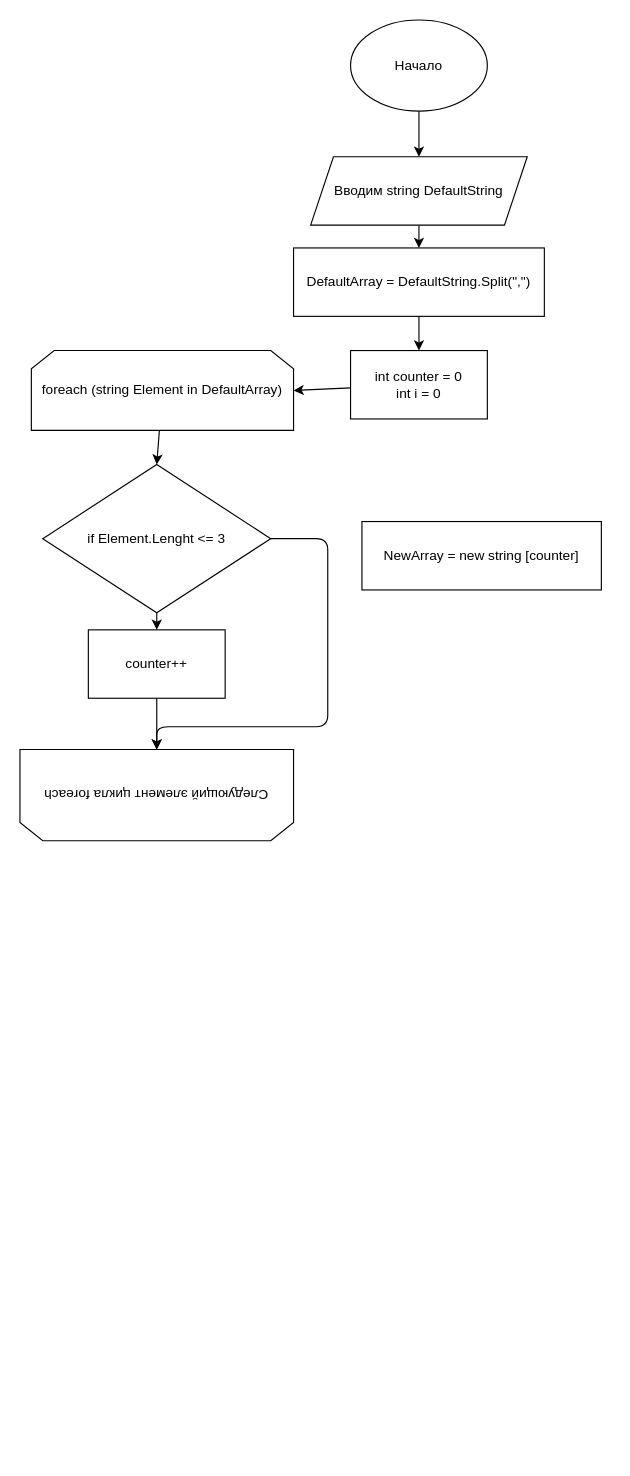
STONE17th/GBFinalWork keeps this draw.io diagram as Program.drawio. Above is the earlier version. Source tidied: cells renumbered, new cells numbered last; positions are measured from the earlier drawing's top-left corner, leaving out a move shared by most shapes. Both pictures are drawn from the tidied source at 114%, with x=0, y=0 at pixel (19, 19).
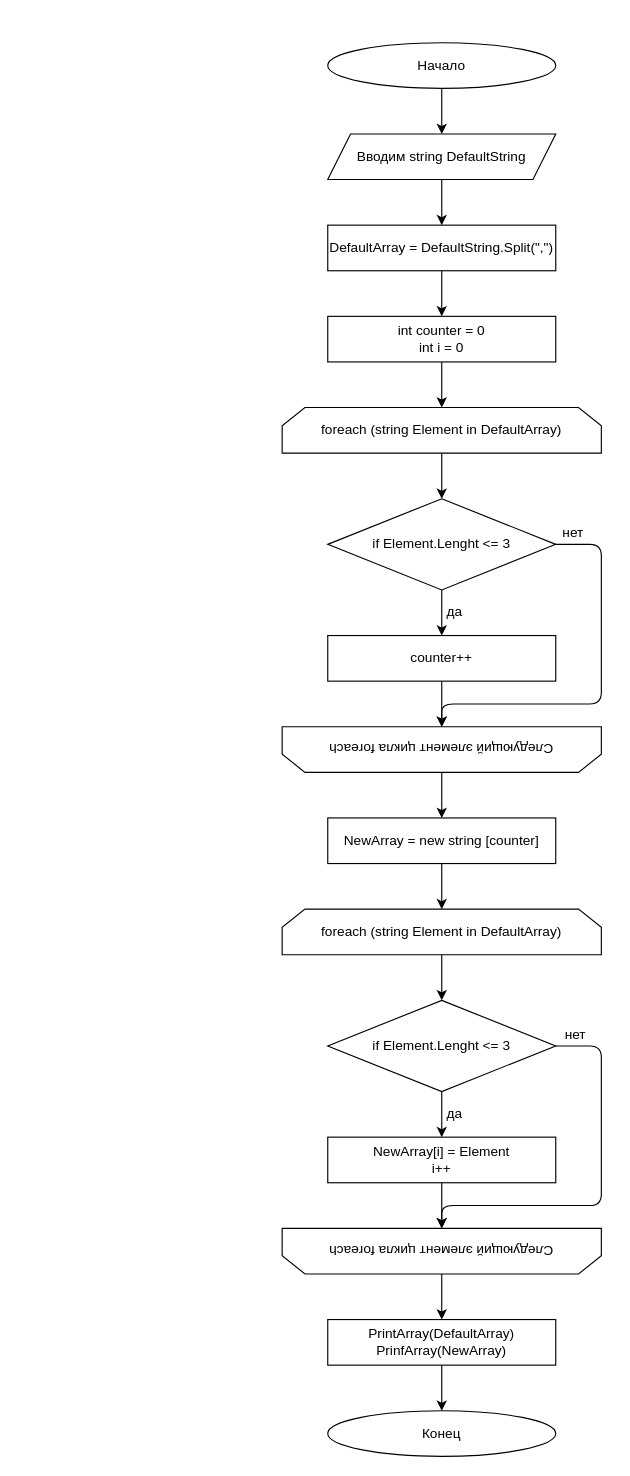
The same page after the edit.

Commit message (it also covers changes not shown here):
Добавление PNG файла с блок схемой

Diff of the diagram source:
```diff
@@
     <mxCell id="3" value="Начало" style="ellipse;whiteSpace=wrap;html=1;" parent="1" vertex="1">
-      <mxGeometry x="290" width="120" height="80" as="geometry" />
+      <mxGeometry x="270" y="20" width="200" height="40" as="geometry" />
     </mxCell>
@@
     <mxCell id="5" value="Вводим string DefaultString" style="shape=parallelogram;perimeter=parallelogramPerimeter;whiteSpace=wrap;html=1;fixedSize=1;" parent="1" vertex="1">
-      <mxGeometry x="255" y="120" width="190" height="60" as="geometry" />
+      <mxGeometry x="270" y="100" width="200" height="40" as="geometry" />
     </mxCell>
-    <mxCell id="6" style="edgeStyle=none;html=1;entryX=1;entryY=0.5;entryDx=0;entryDy=0;" parent="1" edge="1" source="7" target="10">
+    <mxCell id="6" style="edgeStyle=none;html=1;entryX=0.5;entryY=0;entryDx=0;entryDy=0;exitX=0.5;exitY=1;exitDx=0;exitDy=0;" parent="1" edge="1" source="7" target="10">
       <mxGeometry relative="1" as="geometry" />
     </mxCell>
     <mxCell id="7" value="int counter = 0&lt;br&gt;int i = 0" style="rounded=0;whiteSpace=wrap;html=1;" parent="1" vertex="1">
-      <mxGeometry x="290" y="290" width="120" height="60" as="geometry" />
+      <mxGeometry x="270" y="260" width="200" height="40" as="geometry" />
     </mxCell>
+    <mxCell id="19" style="edgeStyle=none;html=1;entryX=0.5;entryY=0;entryDx=0;entryDy=0;" parent="1" edge="1" source="8" target="18">
+      <mxGeometry relative="1" as="geometry" />
+    </mxCell>
     <mxCell id="8" value="Следующий элемент цикла foreach" style="shape=loopLimit;whiteSpace=wrap;html=1;rotation=-180;size=20;comic=0;jiggle=5;" parent="1" vertex="1">
-      <mxGeometry y="640" width="240" height="80" as="geometry" />
+      <mxGeometry x="230" y="620" width="280" height="40" as="geometry" />
     </mxCell>
@@
     <mxCell id="10" value="foreach (string Element in DefaultArray)" style="shape=loopLimit;whiteSpace=wrap;html=1;" parent="1" vertex="1">
-      <mxGeometry x="10" y="290" width="230" height="70" as="geometry" />
+      <mxGeometry x="230" y="340" width="280" height="40" as="geometry" />
     </mxCell>
@@
     <mxCell id="12" value="DefaultArray = DefaultString.Split(&quot;,&quot;)" style="rounded=0;whiteSpace=wrap;html=1;" parent="1" vertex="1">
-      <mxGeometry x="240" y="200" width="220" height="60" as="geometry" />
+      <mxGeometry x="270" y="180" width="200" height="40" as="geometry" />
     </mxCell>
@@
-    <mxCell id="14" style="edgeStyle=none;html=1;entryX=0.5;entryY=1;entryDx=0;entryDy=0;exitX=1;exitY=0.5;exitDx=0;exitDy=0;" parent="1" edge="1" source="15" target="8">
+    <mxCell id="14" style="edgeStyle=none;html=1;entryX=0.5;entryY=1;entryDx=0;entryDy=0;" parent="1" edge="1" source="15" target="8">
       <mxGeometry relative="1" as="geometry">
         <Array as="points">
-          <mxPoint x="270" y="455" />
-          <mxPoint x="270" y="620" />
-          <mxPoint x="120" y="620" />
+          <mxPoint x="510" y="460" />
+          <mxPoint x="510" y="600" />
+          <mxPoint x="370" y="600" />
         </Array>
       </mxGeometry>
     </mxCell>
     <mxCell id="15" value="if Element.Lenght &amp;lt;= 3" style="rhombus;whiteSpace=wrap;html=1;" parent="1" vertex="1">
-      <mxGeometry x="20" y="390" width="200" height="130" as="geometry" />
+      <mxGeometry x="270" y="420" width="200" height="80" as="geometry" />
     </mxCell>
@@
     <mxCell id="17" value="counter++" style="rounded=0;whiteSpace=wrap;html=1;" parent="1" vertex="1">
-      <mxGeometry x="60" y="535" width="120" height="60" as="geometry" />
+      <mxGeometry x="270" y="540" width="200" height="40" as="geometry" />
     </mxCell>
+    <mxCell id="20" style="edgeStyle=none;html=1;entryX=0.5;entryY=0;entryDx=0;entryDy=0;" parent="1" edge="1" source="18" target="22">
+      <mxGeometry relative="1" as="geometry" />
+    </mxCell>
     <mxCell id="18" value="NewArray = new string [counter]" style="rounded=0;whiteSpace=wrap;html=1;comic=0;jiggle=5;" parent="1" vertex="1">
-      <mxGeometry x="300" y="440" width="210" height="60" as="geometry" />
+      <mxGeometry x="270" y="700" width="200" height="40" as="geometry" />
     </mxCell>
+    <mxCell id="21" style="edgeStyle=none;html=1;entryX=0.5;entryY=0;entryDx=0;entryDy=0;" parent="1" edge="1" source="22" target="25">
+      <mxGeometry relative="1" as="geometry" />
+    </mxCell>
+    <mxCell id="22" value="foreach (string Element in DefaultArray)" style="shape=loopLimit;whiteSpace=wrap;html=1;" parent="1" vertex="1">
+      <mxGeometry x="230" y="780" width="280" height="40" as="geometry" />
+    </mxCell>
+    <mxCell id="23" style="edgeStyle=none;html=1;entryX=0.5;entryY=0;entryDx=0;entryDy=0;" parent="1" edge="1" source="25" target="27">
+      <mxGeometry relative="1" as="geometry" />
+    </mxCell>
+    <mxCell id="24" style="edgeStyle=none;html=1;entryX=0.5;entryY=1;entryDx=0;entryDy=0;exitX=1;exitY=0.5;exitDx=0;exitDy=0;" parent="1" edge="1" source="25" target="29">
+      <mxGeometry relative="1" as="geometry">
+        <Array as="points">
+          <mxPoint x="510" y="900" />
+          <mxPoint x="510" y="1040" />
+          <mxPoint x="370" y="1040" />
+        </Array>
+      </mxGeometry>
+    </mxCell>
+    <mxCell id="25" value="if Element.Lenght &amp;lt;= 3" style="rhombus;whiteSpace=wrap;html=1;" parent="1" vertex="1">
+      <mxGeometry x="270" y="860" width="200" height="80" as="geometry" />
+    </mxCell>
+    <mxCell id="26" style="edgeStyle=none;html=1;entryX=0.5;entryY=1;entryDx=0;entryDy=0;" parent="1" edge="1" source="27" target="29">
+      <mxGeometry relative="1" as="geometry" />
+    </mxCell>
+    <mxCell id="27" value="NewArray[i] = Element&lt;br&gt;i++" style="rounded=0;whiteSpace=wrap;html=1;" parent="1" vertex="1">
+      <mxGeometry x="270" y="980" width="200" height="40" as="geometry" />
+    </mxCell>
+    <mxCell id="28" style="edgeStyle=none;html=1;entryX=0.5;entryY=0;entryDx=0;entryDy=0;" parent="1" edge="1" source="29" target="31">
+      <mxGeometry relative="1" as="geometry" />
+    </mxCell>
+    <mxCell id="29" value="Следующий элемент цикла foreach" style="shape=loopLimit;whiteSpace=wrap;html=1;rotation=-180;size=20;comic=0;jiggle=5;" parent="1" vertex="1">
+      <mxGeometry x="230" y="1060" width="280" height="40" as="geometry" />
+    </mxCell>
+    <mxCell id="30" style="edgeStyle=none;html=1;entryX=0.5;entryY=0;entryDx=0;entryDy=0;" parent="1" edge="1" source="31" target="32">
+      <mxGeometry relative="1" as="geometry" />
+    </mxCell>
+    <mxCell id="31" value="PrintArray(DefaultArray)&lt;br&gt;PrinfArray(NewArray)" style="rounded=0;whiteSpace=wrap;html=1;" parent="1" vertex="1">
+      <mxGeometry x="270" y="1140" width="200" height="40" as="geometry" />
+    </mxCell>
+    <mxCell id="32" value="Конец" style="ellipse;whiteSpace=wrap;html=1;comic=0;jiggle=5;" parent="1" vertex="1">
+      <mxGeometry x="270" y="1220" width="200" height="40" as="geometry" />
+    </mxCell>
+    <mxCell id="33" value="да" style="text;html=1;align=center;verticalAlign=middle;strokeColor=none;fillColor=none;" parent="1" vertex="1">
+      <mxGeometry x="366" y="509" width="30" height="20" as="geometry" />
+    </mxCell>
+    <mxCell id="34" value="нет" style="text;html=1;align=center;verticalAlign=middle;strokeColor=none;fillColor=none;" parent="1" vertex="1">
+      <mxGeometry x="470" y="440" width="30" height="20" as="geometry" />
+    </mxCell>
+    <mxCell id="35" value="да" style="text;html=1;align=center;verticalAlign=middle;strokeColor=none;fillColor=none;" parent="1" vertex="1">
+      <mxGeometry x="366" y="950" width="30" height="20" as="geometry" />
+    </mxCell>
+    <mxCell id="36" value="нет" style="text;html=1;align=center;verticalAlign=middle;strokeColor=none;fillColor=none;" parent="1" vertex="1">
+      <mxGeometry x="472" y="880" width="30" height="20" as="geometry" />
+    </mxCell>
```
